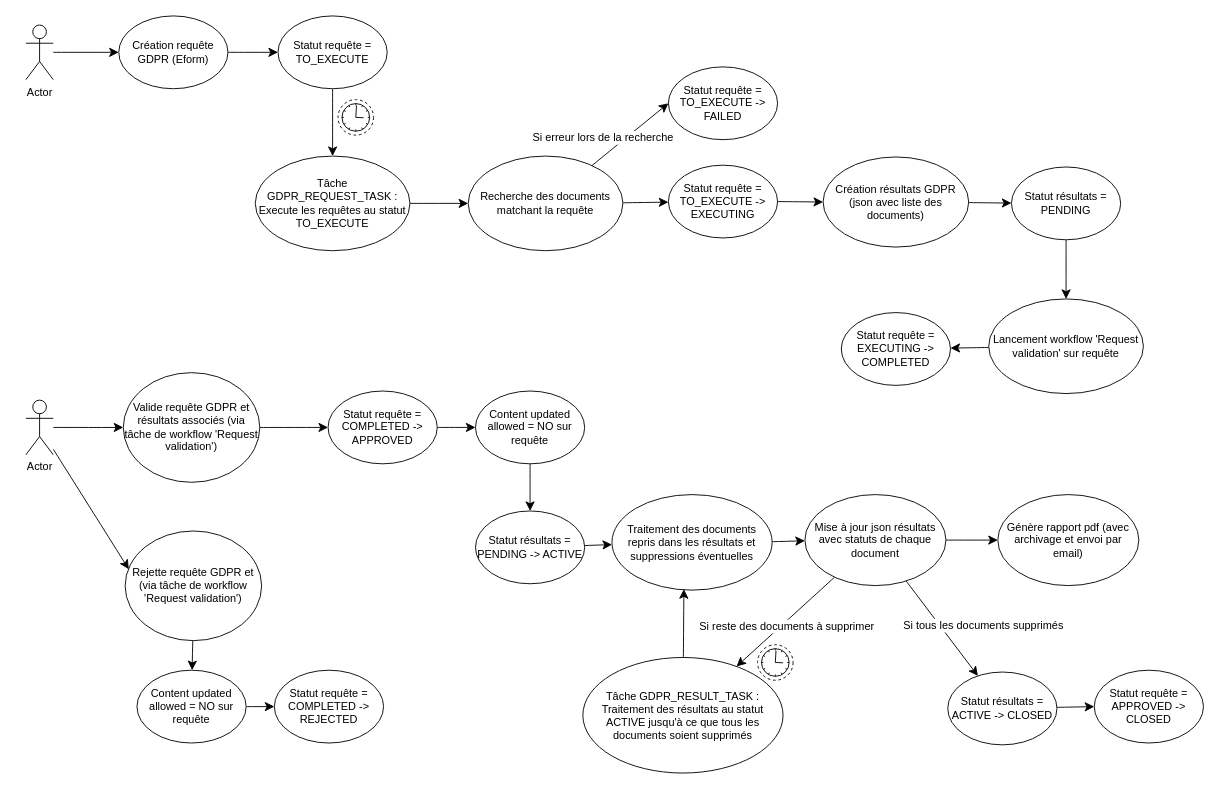
Before: gdpr-lifecycle.drawio in omasseau/drawio, a draw.io diagram. Source tidied: cells renumbered, new cells numbered last; positions are measured from the earlier drawing's top-left corner, leaving out a move shared by most shapes. Both pictures are drawn from the tidied source at 91%, with x=0, y=0 at pixel (25, 15).
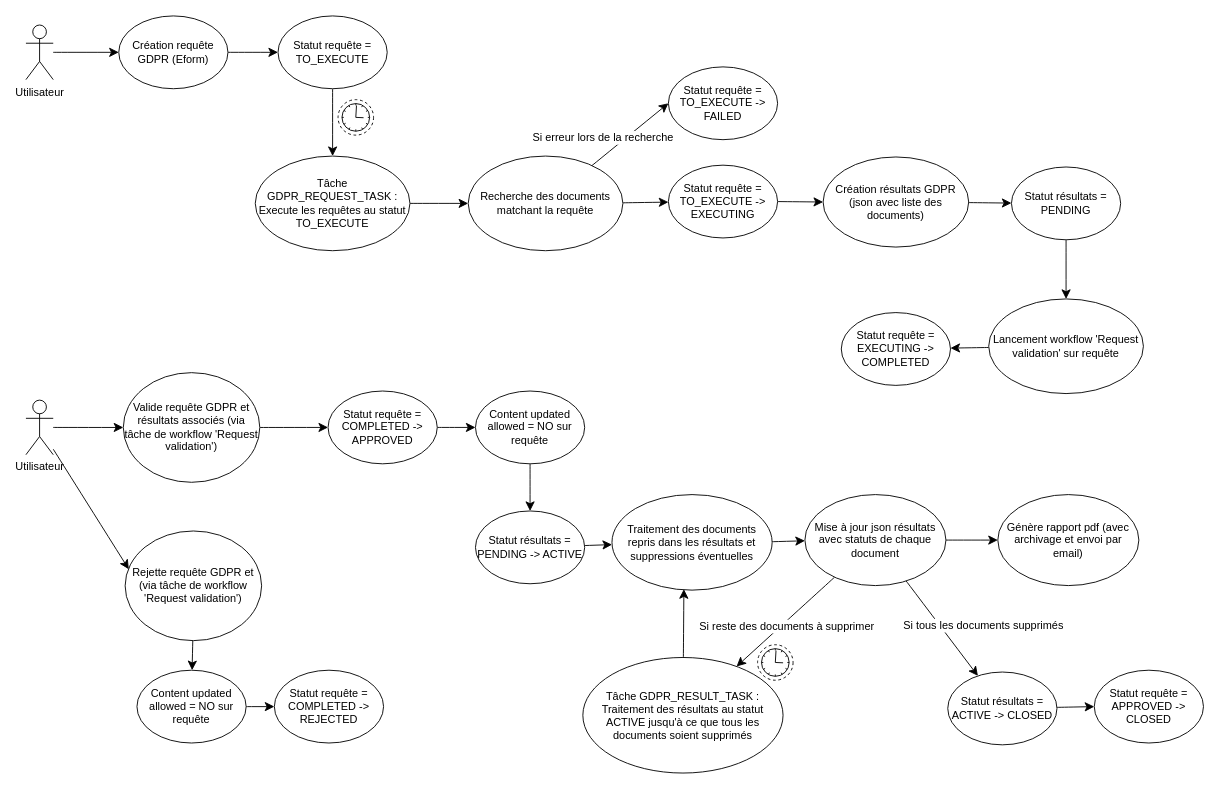
Above is the later version.

Commit message (it also covers changes not shown here):
Mettre à jour gdpr-lifecycle.drawio

What changed in the source:
```diff
@@
-    <mxCell id="18" value="Actor" style="shape=umlActor;verticalLabelPosition=bottom;verticalAlign=top;html=1;outlineConnect=0;" parent="1" vertex="1">
+    <mxCell id="18" value="Utilisateur" style="shape=umlActor;verticalLabelPosition=bottom;verticalAlign=top;html=1;outlineConnect=0;" parent="1" vertex="1">
       <mxGeometry y="10" width="30" height="60" as="geometry" />
     </mxCell>
@@
-    <mxCell id="24" value="Actor" style="shape=umlActor;verticalLabelPosition=bottom;verticalAlign=top;html=1;outlineConnect=0;" parent="1" vertex="1">
+    <mxCell id="24" value="Utilisateur" style="shape=umlActor;verticalLabelPosition=bottom;verticalAlign=top;html=1;outlineConnect=0;" parent="1" vertex="1">
       <mxGeometry y="422.2" width="30" height="60" as="geometry" />
     </mxCell>
```
